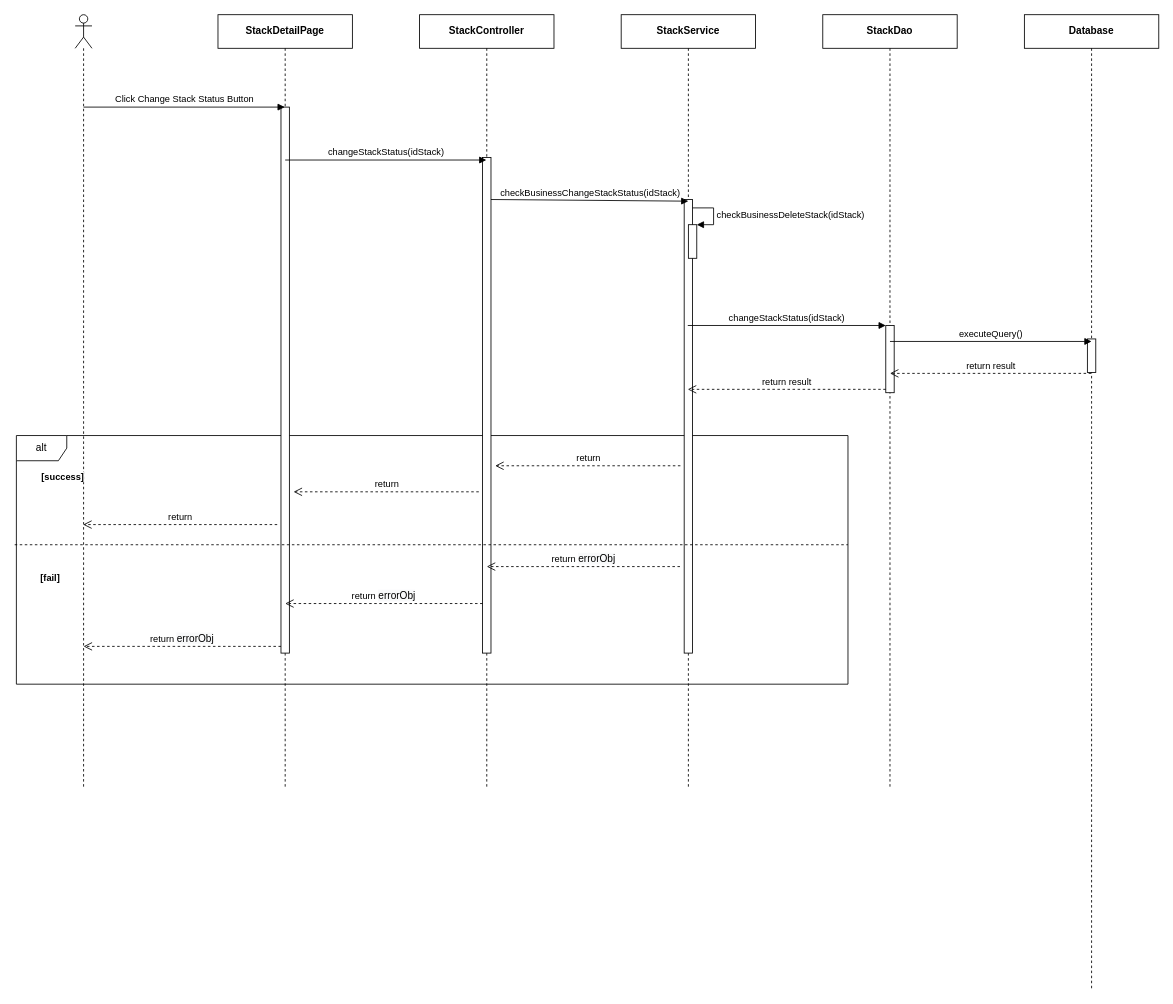
Above: page "Ev04" (2 of 6) of 0. Create/Sequece/sc03/SC0301_StackDetail.drawio in luannmdev/CapstoneDocument (draw.io), before the change. Source tidied: cells renumbered, new cells numbered last; positions are measured from the earlier drawing's top-left corner, leaving out a move shared by most shapes. Both pictures are drawn from the tidied source at 84%, with x=0, y=0 at pixel (14, 14).
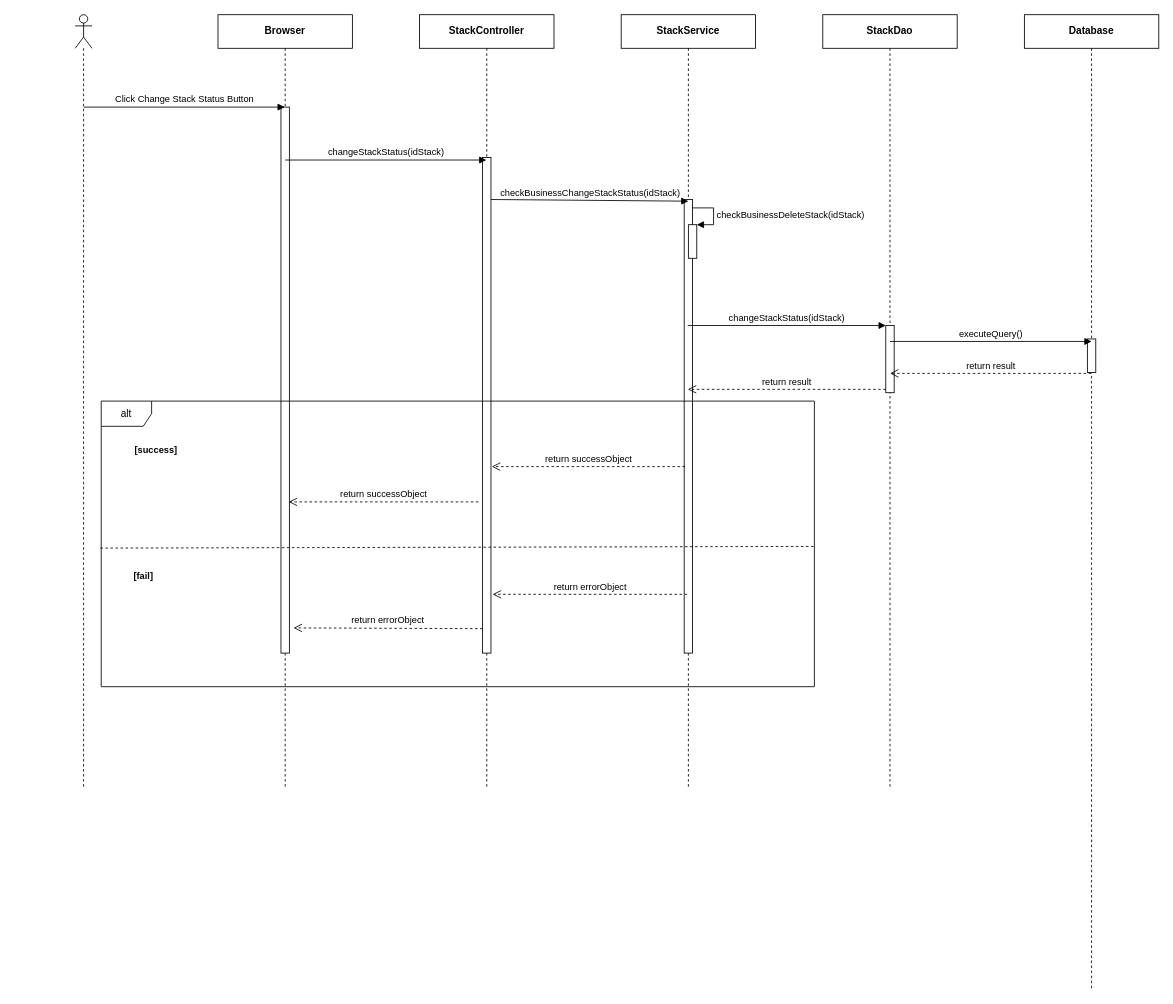
The same page after the edit.

The change refers to these unchanged cells:
```xml
<mxCell id="3" style="shape=umlLifeline;participant=umlActor;perimeter=lifelinePerimeter;whiteSpace=wrap;html=1;verticalAlign=top;spacingTop=36;outlineConnect=0;" parent="1" vertex="1">
  <mxGeometry x="72" width="20" height="920" as="geometry" />
</mxCell>
```

The edit, as a diff of the source:
```diff
@@
-    <mxCell id="2" value="alt" style="shape=umlFrame;whiteSpace=wrap;html=1;" parent="1" vertex="1">
-      <mxGeometry x="2" y="501" width="990" height="296" as="geometry" />
-    </mxCell>
@@
-    <mxCell id="4" value="&lt;b&gt;StackDetailPage&lt;/b&gt;" style="shape=umlLifeline;perimeter=lifelinePerimeter;whiteSpace=wrap;html=1;outlineConnect=0;" parent="1" vertex="1">
+    <mxCell id="4" value="&lt;b&gt;Browser&lt;/b&gt;" style="shape=umlLifeline;perimeter=lifelinePerimeter;whiteSpace=wrap;html=1;outlineConnect=0;" parent="1" vertex="1">
       <mxGeometry x="242" width="160" height="920" as="geometry" />
     </mxCell>
@@
-    <mxCell id="23" value="return&amp;nbsp;&lt;span style=&quot;font-size: 12px ; background-color: rgb(248 , 249 , 250)&quot;&gt;errorObj&lt;/span&gt;" style="html=1;verticalAlign=bottom;endArrow=open;dashed=1;endSize=8;" parent="1" edge="1">
-      <mxGeometry relative="1" as="geometry">
-        <mxPoint x="792" y="657" as="sourcePoint" />
-        <mxPoint x="562" y="657" as="targetPoint" />
-      </mxGeometry>
-    </mxCell>
-    <mxCell id="24" value="return&amp;nbsp;&lt;span style=&quot;font-size: 12px ; background-color: rgb(248 , 249 , 250)&quot;&gt;errorObj&lt;/span&gt;" style="html=1;verticalAlign=bottom;endArrow=open;dashed=1;endSize=8;" parent="1" edge="1">
-      <mxGeometry relative="1" as="geometry">
-        <mxPoint x="557" y="701" as="sourcePoint" />
-        <mxPoint x="322" y="701" as="targetPoint" />
-      </mxGeometry>
-    </mxCell>
-    <mxCell id="25" value="return&amp;nbsp;&lt;span style=&quot;font-size: 12px ; background-color: rgb(248 , 249 , 250)&quot;&gt;errorObj&lt;/span&gt;" style="html=1;verticalAlign=bottom;endArrow=open;dashed=1;endSize=8;" parent="1" edge="1">
-      <mxGeometry relative="1" as="geometry">
-        <mxPoint x="317" y="752" as="sourcePoint" />
-        <mxPoint x="82" y="752" as="targetPoint" />
-      </mxGeometry>
-    </mxCell>
-    <mxCell id="26" value="return" style="html=1;verticalAlign=bottom;endArrow=open;dashed=1;endSize=8;" parent="1" edge="1">
-      <mxGeometry relative="1" as="geometry">
-        <mxPoint x="792.5" y="537" as="sourcePoint" />
-        <mxPoint x="572" y="537" as="targetPoint" />
-      </mxGeometry>
-    </mxCell>
-    <mxCell id="27" value="return" style="html=1;verticalAlign=bottom;endArrow=open;dashed=1;endSize=8;" parent="1" edge="1">
-      <mxGeometry relative="1" as="geometry">
-        <mxPoint x="552.5" y="568" as="sourcePoint" />
-        <mxPoint x="332" y="568" as="targetPoint" />
-      </mxGeometry>
-    </mxCell>
-    <mxCell id="28" value="return" style="html=1;verticalAlign=bottom;endArrow=open;dashed=1;endSize=8;" parent="1" edge="1" target="3">
-      <mxGeometry relative="1" as="geometry">
-        <mxPoint x="312.5" y="607" as="sourcePoint" />
-      </mxGeometry>
-    </mxCell>
+    <mxCell id="2" value="alt" style="shape=umlFrame;whiteSpace=wrap;html=1;" parent="1" vertex="1">
+      <mxGeometry x="103" y="460" width="849" height="340" as="geometry" />
+    </mxCell>
+    <mxCell id="32" value="return successObject" style="html=1;verticalAlign=bottom;endArrow=open;dashed=1;endSize=8;" parent="1" edge="1">
+      <mxGeometry relative="1" as="geometry">
+        <mxPoint x="798" y="538" as="sourcePoint" />
+        <mxPoint x="568" y="538" as="targetPoint" />
+      </mxGeometry>
+    </mxCell>
+    <mxCell id="33" value="return successObject" style="html=1;verticalAlign=bottom;endArrow=open;dashed=1;endSize=8;" parent="1" edge="1">
+      <mxGeometry relative="1" as="geometry">
+        <mxPoint x="552" y="580" as="sourcePoint" />
+        <mxPoint x="326.2" y="580" as="targetPoint" />
+      </mxGeometry>
+    </mxCell>
+    <mxCell id="34" style="endArrow=none;dashed=1;html=1;exitX=-0.001;exitY=0.303;exitDx=0;exitDy=0;exitPerimeter=0;" parent="1" edge="1">
+      <mxGeometry relative="1" as="geometry">
+        <mxPoint x="102" y="635" as="sourcePoint" />
+        <mxPoint x="952" y="633" as="targetPoint" />
+      </mxGeometry>
+    </mxCell>
     <mxCell id="29" value="&lt;span style=&quot;font-size: 11px ; background-color: rgb(255 , 255 , 255)&quot;&gt;&lt;b&gt;[success]&lt;/b&gt;&lt;/span&gt;" style="text;html=1;align=center;verticalAlign=middle;" parent="1" vertex="1">
-      <mxGeometry x="22" y="541" width="70" height="20" as="geometry" />
+      <mxGeometry x="133" y="508" width="70" height="20" as="geometry" />
     </mxCell>
     <mxCell id="30" value="&lt;span style=&quot;font-size: 11px ; background-color: rgb(255 , 255 , 255)&quot;&gt;&lt;b&gt;[fail]&lt;/b&gt;&lt;/span&gt;" style="text;html=1;align=center;verticalAlign=middle;" parent="1" vertex="1">
-      <mxGeometry x="22" y="661" width="40" height="20" as="geometry" />
+      <mxGeometry x="133" y="658" width="40" height="20" as="geometry" />
     </mxCell>
-    <mxCell id="31" style="endArrow=none;dashed=1;html=1;" parent="1" edge="1">
-      <mxGeometry relative="1" as="geometry">
-        <mxPoint y="631" as="sourcePoint" />
-        <mxPoint x="992" y="631" as="targetPoint" />
-      </mxGeometry>
-    </mxCell>
+    <mxCell id="35" value="return errorObject" style="html=1;verticalAlign=bottom;endArrow=open;dashed=1;endSize=8;" parent="1" edge="1">
+      <mxGeometry relative="1" as="geometry">
+        <mxPoint x="800.5" y="690" as="sourcePoint" />
+        <mxPoint x="569" y="690" as="targetPoint" />
+      </mxGeometry>
+    </mxCell>
+    <mxCell id="36" value="return errorObject" style="html=1;verticalAlign=bottom;endArrow=open;dashed=1;endSize=8;exitX=0;exitY=0.93;exitDx=0;exitDy=0;exitPerimeter=0;" parent="1" edge="1">
+      <mxGeometry relative="1" as="geometry">
+        <mxPoint x="557" y="730.9" as="sourcePoint" />
+        <mxPoint x="332" y="730" as="targetPoint" />
+      </mxGeometry>
+    </mxCell>
```
